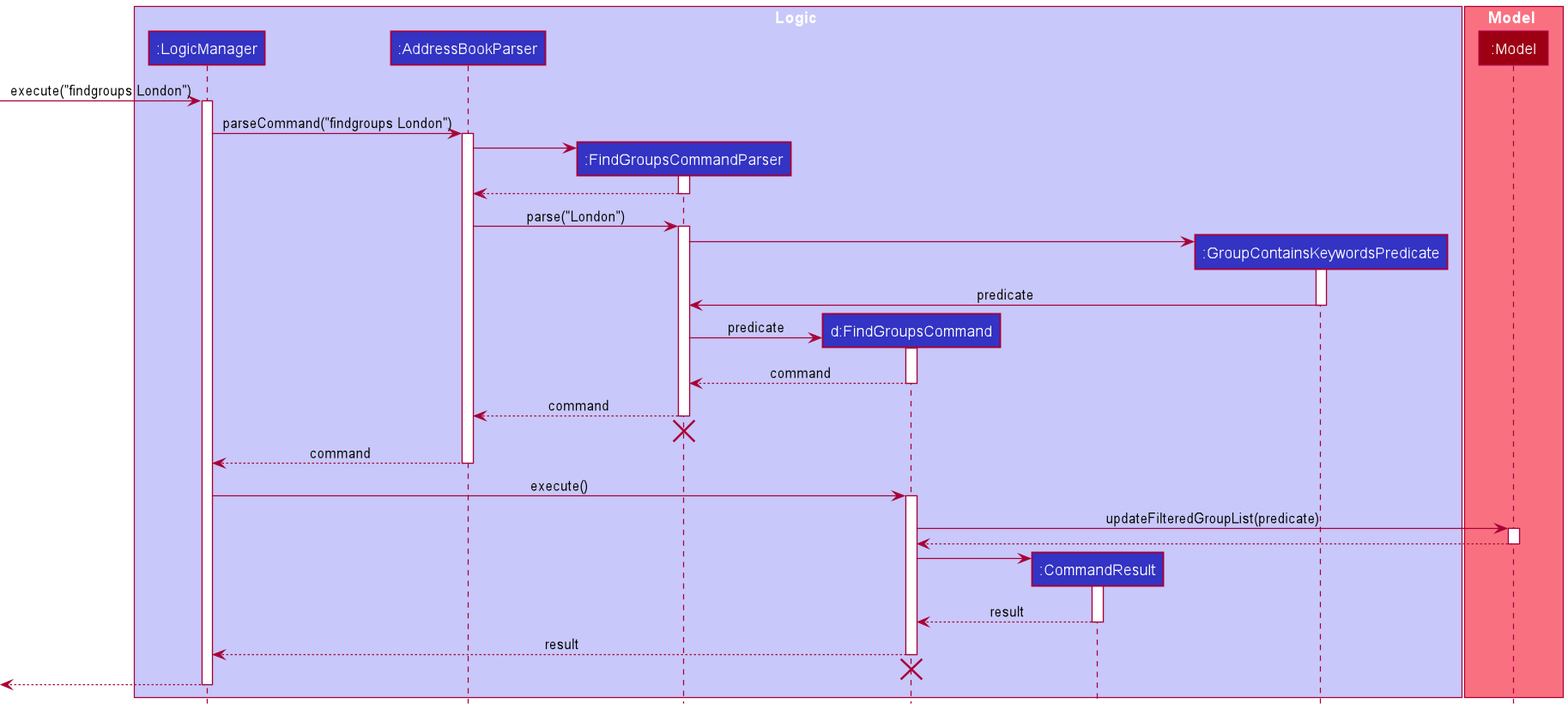
Earlier version of the PlantUML export docs/images/FindGroupsSequenceDiagram.png (ramapriyan912001/tp).
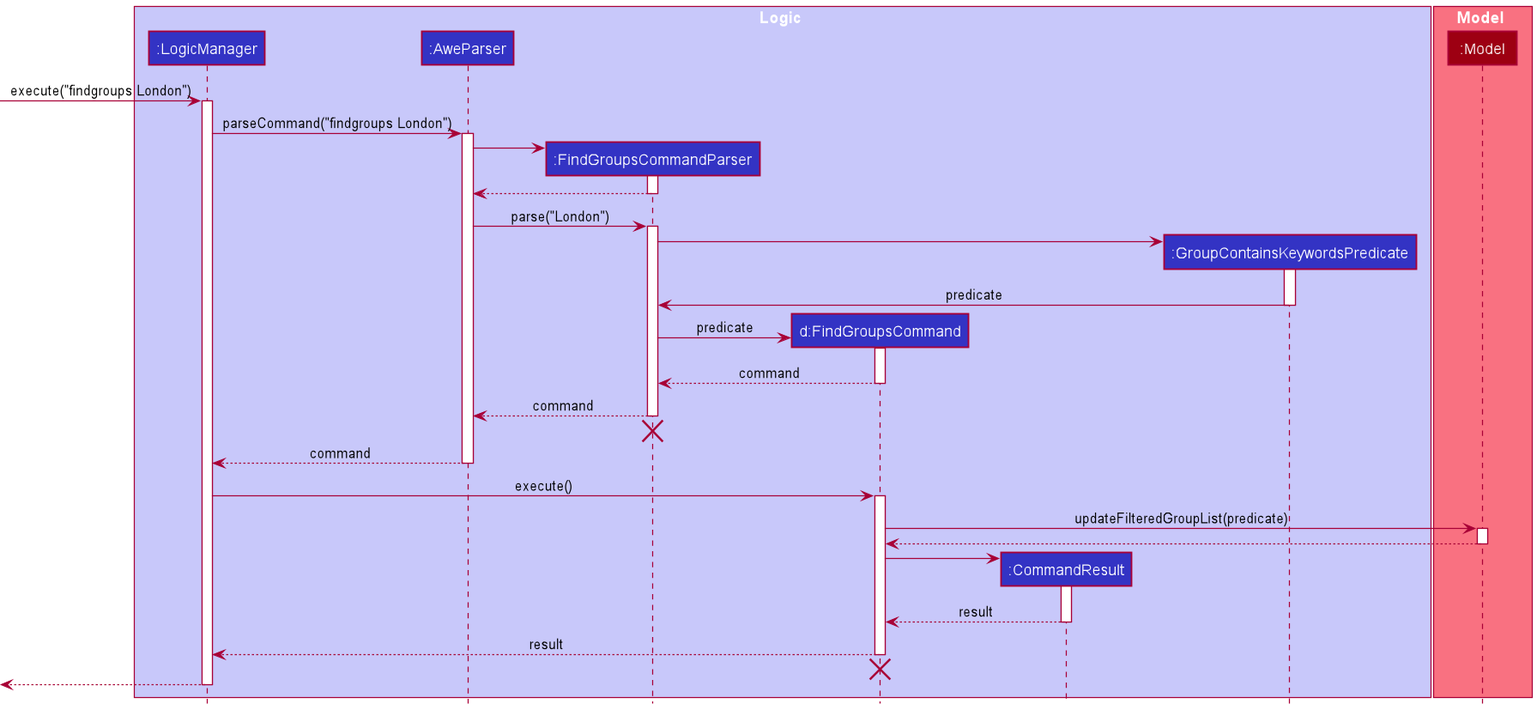
Later version of the same file.

What changed in the source:
```diff
@@ -3,7 +3,7 @@
 
 box Logic LOGIC_COLOR_T1
 participant ":LogicManager" as LogicManager LOGIC_COLOR
-participant ":AddressBookParser" as AddressBookParser LOGIC_COLOR
+participant ":AweParser" as AweParser LOGIC_COLOR
 participant ":FindGroupsCommandParser" as FindGroupsCommandParser LOGIC_COLOR
 participant "d:FindGroupsCommand" as FindGroupsCommand LOGIC_COLOR
 participant ":CommandResult" as CommandResult LOGIC_COLOR
@@ -17,17 +17,17 @@
 [-> LogicManager : execute("findgroups London")
 activate LogicManager
 
-LogicManager -> AddressBookParser : parseCommand("findgroups London")
-activate AddressBookParser
+LogicManager -> AweParser : parseCommand("findgroups London")
+activate AweParser
 
 create FindGroupsCommandParser
-AddressBookParser -> FindGroupsCommandParser
+AweParser -> FindGroupsCommandParser
 activate FindGroupsCommandParser
 
-FindGroupsCommandParser --> AddressBookParser
+FindGroupsCommandParser --> AweParser
 deactivate FindGroupsCommandParser
 
-AddressBookParser -> FindGroupsCommandParser : parse("London")
+AweParser -> FindGroupsCommandParser : parse("London")
 activate FindGroupsCommandParser
 
 create GroupContainsKeywordsPredicate
@@ -44,13 +44,13 @@
 FindGroupsCommand --> FindGroupsCommandParser : command
 deactivate FindGroupsCommand
 
-FindGroupsCommandParser --> AddressBookParser : command
+FindGroupsCommandParser --> AweParser : command
 deactivate FindGroupsCommandParser
-FindGroupsCommandParser -[hidden]-> AddressBookParser
+FindGroupsCommandParser -[hidden]-> AweParser
 destroy FindGroupsCommandParser
 
-AddressBookParser --> LogicManager : command
-deactivate AddressBookParser
+AweParser --> LogicManager : command
+deactivate AweParser
 
 LogicManager -> FindGroupsCommand : execute()
 activate FindGroupsCommand
@@ -70,7 +70,7 @@
 
 FindGroupsCommand --> LogicManager : result
 deactivate FindGroupsCommand
-FindGroupsCommand -[hidden]-> AddressBookParser
+FindGroupsCommand -[hidden]-> AweParser
 destroy FindGroupsCommand
 
 
```
